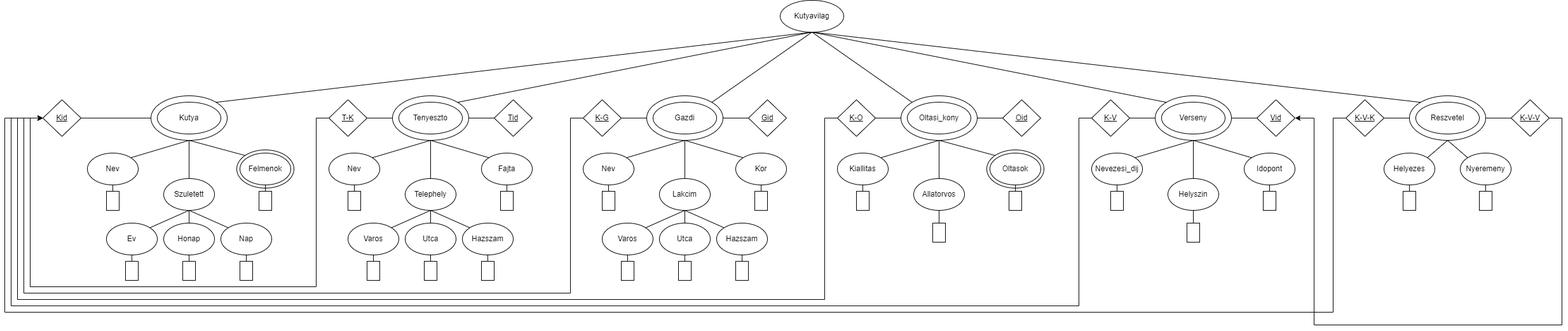
Earlier version of the draw.io export XMLTaskI40FDC/XDMi40fdc.png (NyBeata/I40FDC_XMLGyak). Source tidied: cells renumbered, new cells last; positions are measured from the earlier drawing's top-left corner, leaving out a move shared by most shapes.
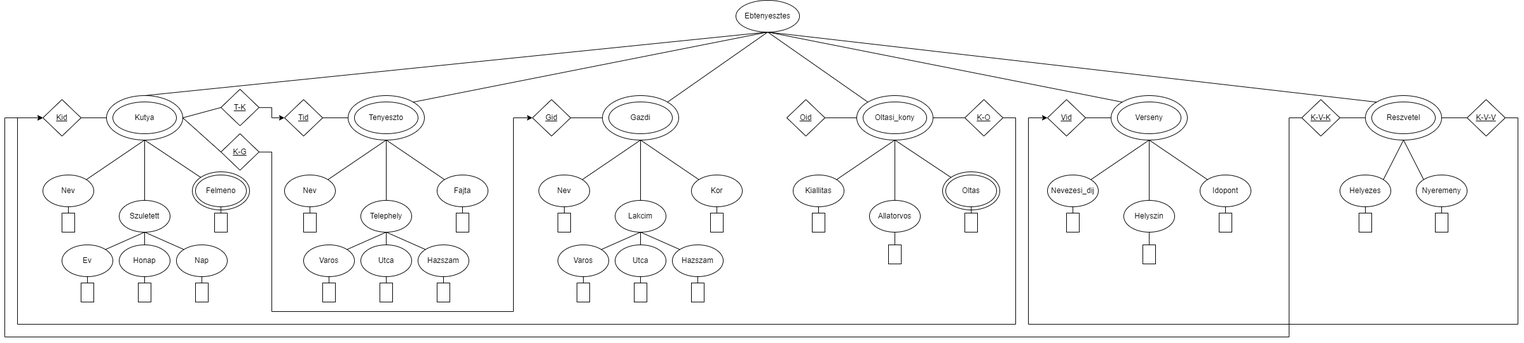
The same diagram one commit later.

The edit, as a diff of the source:
```diff
@@ -11,64 +11,47 @@
     <mxCell id="4" style="ellipse;whiteSpace=wrap;html=1;" parent="1" vertex="1">
-      <mxGeometry x="2210" y="150" width="120" height="70" as="geometry" />
+      <mxGeometry x="2210" y="115" width="120" height="70" as="geometry" />
     </mxCell>
     <mxCell id="5" style="ellipse;whiteSpace=wrap;html=1;" parent="1" vertex="1">
-      <mxGeometry x="1810" y="150" width="120" height="70" as="geometry" />
+      <mxGeometry x="1810" y="115" width="120" height="70" as="geometry" />
     </mxCell>
     <mxCell id="6" style="ellipse;whiteSpace=wrap;html=1;" parent="1" vertex="1">
-      <mxGeometry x="1410" y="150" width="120" height="70" as="geometry" />
+      <mxGeometry x="1410" y="115" width="120" height="70" as="geometry" />
     </mxCell>
     <mxCell id="7" style="ellipse;whiteSpace=wrap;html=1;" parent="1" vertex="1">
-      <mxGeometry x="1010" y="150" width="120" height="70" as="geometry" />
+      <mxGeometry x="1010" y="115" width="120" height="70" as="geometry" />
     </mxCell>
     <mxCell id="8" style="ellipse;whiteSpace=wrap;html=1;" parent="1" vertex="1">
-      <mxGeometry x="610" y="150" width="120" height="70" as="geometry" />
+      <mxGeometry x="610" y="115" width="120" height="70" as="geometry" />
     </mxCell>
     <mxCell id="9" style="ellipse;whiteSpace=wrap;html=1;" parent="1" vertex="1">
-      <mxGeometry x="230" y="150" width="120" height="70" as="geometry" />
+      <mxGeometry x="230" y="115" width="120" height="70" as="geometry" />
     </mxCell>
-    <mxCell id="10" value="Kutyavilag" style="ellipse;whiteSpace=wrap;html=1;" parent="1" vertex="1">
-      <mxGeometry x="1220" width="100" height="50" as="geometry" />
+    <mxCell id="10" value="Ebtenyesztes" style="ellipse;whiteSpace=wrap;html=1;" parent="1" vertex="1">
+      <mxGeometry x="1220" y="-35" width="100" height="50" as="geometry" />
     </mxCell>
     <mxCell id="11" value="Kutya" style="ellipse;whiteSpace=wrap;html=1;" parent="1" vertex="1">
-      <mxGeometry x="240" y="160" width="100" height="50" as="geometry" />
+      <mxGeometry x="240" y="125" width="100" height="50" as="geometry" />
     </mxCell>
     <mxCell id="12" value="Tenyeszto" style="ellipse;whiteSpace=wrap;html=1;" parent="1" vertex="1">
-      <mxGeometry x="620" y="160" width="100" height="50" as="geometry" />
+      <mxGeometry x="620" y="125" width="100" height="50" as="geometry" />
     </mxCell>
-    <mxCell id="13" value="Gazdi" style="ellipse;whiteSpace=wrap;html=1;" parent="1" vertex="1">
-      <mxGeometry x="1020" y="160" width="100" height="50" as="geometry" />
-    </mxCell>
     <mxCell id="14" value="Oltasi_kony" style="ellipse;whiteSpace=wrap;html=1;" parent="1" vertex="1">
-      <mxGeometry x="1420" y="160" width="100" height="50" as="geometry" />
+      <mxGeometry x="1420" y="125" width="100" height="50" as="geometry" />
     </mxCell>
     <mxCell id="15" value="Verseny" style="ellipse;whiteSpace=wrap;html=1;" parent="1" vertex="1">
-      <mxGeometry x="1820" y="160" width="100" height="50" as="geometry" />
+      <mxGeometry x="1820" y="125" width="100" height="50" as="geometry" />
     </mxCell>
     <mxCell id="16" value="Reszvetel" style="ellipse;whiteSpace=wrap;html=1;" parent="1" vertex="1">
-      <mxGeometry x="2220" y="160" width="100" height="50" as="geometry" />
+      <mxGeometry x="2220" y="125" width="100" height="50" as="geometry" />
     </mxCell>
     <mxCell id="17" value="Kid" style="rhombus;whiteSpace=wrap;html=1;fontStyle=4;" parent="1" vertex="1">
-      <mxGeometry x="60" y="156.2" width="60" height="57.5" as="geometry" />
+      <mxGeometry x="130" y="121.2" width="60" height="57.5" as="geometry" />
     </mxCell>
-    <mxCell id="18" style="edgeStyle=orthogonalEdgeStyle;rounded=0;jettySize=auto;html=1;entryX=0;entryY=0.5;entryDx=0;entryDy=0;" parent="1" edge="1" source="19" target="17">
-      <mxGeometry relative="1" as="geometry">
-        <Array as="points">
-          <mxPoint x="490" y="185" />
-          <mxPoint x="490" y="450" />
-          <mxPoint x="40" y="450" />
-          <mxPoint x="40" y="185" />
-        </Array>
-      </mxGeometry>
-    </mxCell>
-    <mxCell id="19" value="T-K" style="rhombus;whiteSpace=wrap;html=1;fontStyle=4;" parent="1" vertex="1">
-      <mxGeometry x="510" y="156.2" width="60" height="57.5" as="geometry" />
-    </mxCell>
     <mxCell id="20" value="Tid" style="rhombus;whiteSpace=wrap;html=1;fontStyle=4;" parent="1" vertex="1">
-      <mxGeometry x="770" y="156.2" width="60" height="57.5" as="geometry" />
+      <mxGeometry x="510" y="121.2" width="60" height="57.5" as="geometry" />
     </mxCell>
-    <mxCell id="21" style="endArrow=none;html=1;rounded=0;entryX=0;entryY=0.5;entryDx=0;entryDy=0;exitX=1;exitY=0.5;exitDx=0;exitDy=0;" parent="1" edge="1" source="8" target="20">
-      <mxGeometry relative="1" as="geometry" />
-    </mxCell>
-    <mxCell id="22" style="endArrow=none;html=1;rounded=0;entryX=0;entryY=0.5;entryDx=0;entryDy=0;exitX=1;exitY=0.5;exitDx=0;exitDy=0;" parent="1" edge="1" source="19" target="8">
-      <mxGeometry relative="1" as="geometry" />
+    <mxCell id="22" style="endArrow=none;html=1;rounded=0;entryX=0;entryY=0.5;entryDx=0;entryDy=0;exitX=1;exitY=0.5;exitDx=0;exitDy=0;" parent="1" edge="1" target="8">
+      <mxGeometry relative="1" as="geometry">
+        <mxPoint x="570" y="150" as="sourcePoint" />
+      </mxGeometry>
     </mxCell>
@@ -77,28 +60,18 @@
     </mxCell>
-    <mxCell id="24" style="edgeStyle=orthogonalEdgeStyle;rounded=0;jettySize=auto;html=1;entryX=0;entryY=0.5;entryDx=0;entryDy=0;" parent="1" edge="1" source="25" target="17">
-      <mxGeometry relative="1" as="geometry">
-        <Array as="points">
-          <mxPoint x="890" y="185" />
-          <mxPoint x="890" y="460" />
-          <mxPoint x="30" y="460" />
-          <mxPoint x="30" y="185" />
-        </Array>
-      </mxGeometry>
-    </mxCell>
+    <mxCell id="149" style="edgeStyle=orthogonalEdgeStyle;rounded=0;jettySize=auto;html=1;entryX=0;entryY=0.5;entryDx=0;entryDy=0;" parent="1" edge="1" source="25" target="26">
+      <mxGeometry relative="1" as="geometry">
+        <Array as="points">
+          <mxPoint x="490" y="204" />
+          <mxPoint x="490" y="455" />
+          <mxPoint x="870" y="455" />
+          <mxPoint x="870" y="150" />
+        </Array>
+      </mxGeometry>
+    </mxCell>
     <mxCell id="25" value="K-G" style="rhombus;whiteSpace=wrap;html=1;fontStyle=4;" parent="1" vertex="1">
-      <mxGeometry x="910" y="156.2" width="60" height="57.5" as="geometry" />
+      <mxGeometry x="410" y="175" width="60" height="57.5" as="geometry" />
     </mxCell>
     <mxCell id="26" value="Gid" style="rhombus;whiteSpace=wrap;html=1;fontStyle=4;" parent="1" vertex="1">
-      <mxGeometry x="1170" y="156.2" width="60" height="57.5" as="geometry" />
+      <mxGeometry x="900" y="121.2" width="60" height="57.5" as="geometry" />
     </mxCell>
-    <mxCell id="27" style="endArrow=none;html=1;rounded=0;entryX=0;entryY=0.5;entryDx=0;entryDy=0;exitX=1;exitY=0.5;exitDx=0;exitDy=0;" parent="1" edge="1" target="26">
-      <mxGeometry relative="1" as="geometry">
-        <mxPoint x="1130" y="185" as="sourcePoint" />
-      </mxGeometry>
-    </mxCell>
-    <mxCell id="28" style="endArrow=none;html=1;rounded=0;entryX=0;entryY=0.5;entryDx=0;entryDy=0;exitX=1;exitY=0.5;exitDx=0;exitDy=0;" parent="1" edge="1" source="25">
-      <mxGeometry relative="1" as="geometry">
-        <mxPoint x="1010" y="185" as="targetPoint" />
-      </mxGeometry>
-    </mxCell>
     <mxCell id="29" style="edgeStyle=orthogonalEdgeStyle;rounded=0;jettySize=auto;html=1;entryX=0;entryY=0.5;entryDx=0;entryDy=0;" parent="1" edge="1" source="30" target="17">
@@ -106,6 +79,6 @@
         <Array as="points">
-          <mxPoint x="1290" y="185" />
-          <mxPoint x="1290" y="470" />
-          <mxPoint x="20" y="470" />
-          <mxPoint x="20" y="185" />
+          <mxPoint x="1660" y="150" />
+          <mxPoint x="1660" y="475" />
+          <mxPoint x="90" y="475" />
+          <mxPoint x="90" y="150" />
         </Array>
@@ -114,43 +87,16 @@
     <mxCell id="30" value="K-O" style="rhombus;whiteSpace=wrap;html=1;fontStyle=4;" parent="1" vertex="1">
-      <mxGeometry x="1310" y="156.2" width="60" height="57.5" as="geometry" />
+      <mxGeometry x="1580" y="121.2" width="60" height="57.5" as="geometry" />
     </mxCell>
     <mxCell id="31" value="Oid" style="rhombus;whiteSpace=wrap;html=1;fontStyle=4;" parent="1" vertex="1">
-      <mxGeometry x="1570" y="156.2" width="60" height="57.5" as="geometry" />
+      <mxGeometry x="1300" y="121.2" width="60" height="57.5" as="geometry" />
     </mxCell>
-    <mxCell id="32" style="endArrow=none;html=1;rounded=0;entryX=0;entryY=0.5;entryDx=0;entryDy=0;exitX=1;exitY=0.5;exitDx=0;exitDy=0;" parent="1" edge="1" target="31">
-      <mxGeometry relative="1" as="geometry">
-        <mxPoint x="1530" y="185" as="sourcePoint" />
-      </mxGeometry>
+    <mxCell id="32" style="endArrow=none;html=1;rounded=0;exitX=0;exitY=0.5;exitDx=0;exitDy=0;entryX=1;entryY=0.5;entryDx=0;entryDy=0;" parent="1" edge="1" source="6" target="31">
+      <mxGeometry relative="1" as="geometry" />
     </mxCell>
-    <mxCell id="33" style="endArrow=none;html=1;rounded=0;entryX=0;entryY=0.5;entryDx=0;entryDy=0;exitX=1;exitY=0.5;exitDx=0;exitDy=0;" parent="1" edge="1" source="30">
-      <mxGeometry relative="1" as="geometry">
-        <mxPoint x="1410" y="185" as="targetPoint" />
-      </mxGeometry>
-    </mxCell>
-    <mxCell id="34" style="edgeStyle=orthogonalEdgeStyle;rounded=0;jettySize=auto;html=1;entryX=0;entryY=0.5;entryDx=0;entryDy=0;" parent="1" edge="1" source="35" target="17">
-      <mxGeometry relative="1" as="geometry">
-        <Array as="points">
-          <mxPoint x="1690" y="185" />
-          <mxPoint x="1690" y="480" />
-          <mxPoint x="10" y="480" />
-          <mxPoint x="10" y="185" />
-        </Array>
-      </mxGeometry>
-    </mxCell>
-    <mxCell id="35" value="K-V" style="rhombus;whiteSpace=wrap;html=1;fontStyle=4;" parent="1" vertex="1">
-      <mxGeometry x="1710" y="156.2" width="60" height="57.5" as="geometry" />
-    </mxCell>
     <mxCell id="36" value="Vid" style="rhombus;whiteSpace=wrap;html=1;fontStyle=4;" parent="1" vertex="1">
-      <mxGeometry x="1970" y="156.2" width="60" height="57.5" as="geometry" />
+      <mxGeometry x="1710" y="121.2" width="60" height="57.5" as="geometry" />
     </mxCell>
-    <mxCell id="37" style="endArrow=none;html=1;rounded=0;entryX=0;entryY=0.5;entryDx=0;entryDy=0;exitX=1;exitY=0.5;exitDx=0;exitDy=0;" parent="1" edge="1" target="36">
-      <mxGeometry relative="1" as="geometry">
-        <mxPoint x="1930" y="185" as="sourcePoint" />
-      </mxGeometry>
+    <mxCell id="37" style="endArrow=none;html=1;rounded=0;entryX=1;entryY=0.5;entryDx=0;entryDy=0;exitX=0;exitY=0.5;exitDx=0;exitDy=0;" parent="1" edge="1" source="5" target="36">
+      <mxGeometry relative="1" as="geometry" />
     </mxCell>
-    <mxCell id="38" style="endArrow=none;html=1;rounded=0;entryX=0;entryY=0.5;entryDx=0;entryDy=0;exitX=1;exitY=0.5;exitDx=0;exitDy=0;" parent="1" edge="1" source="35">
-      <mxGeometry relative="1" as="geometry">
-        <mxPoint x="1810" y="185" as="targetPoint" />
-      </mxGeometry>
-    </mxCell>
     <mxCell id="39" style="edgeStyle=orthogonalEdgeStyle;rounded=0;jettySize=auto;html=1;entryX=0;entryY=0.5;entryDx=0;entryDy=0;" parent="1" edge="1" source="40" target="17">
@@ -158,6 +104,6 @@
         <Array as="points">
-          <mxPoint x="2090" y="185" />
-          <mxPoint x="2090" y="490" />
-          <mxPoint y="490" />
-          <mxPoint y="185" />
+          <mxPoint x="2090" y="150" />
+          <mxPoint x="2090" y="495" />
+          <mxPoint x="70" y="495" />
+          <mxPoint x="70" y="150" />
         </Array>
@@ -166,11 +112,12 @@
     <mxCell id="40" value="K-V-K" style="rhombus;whiteSpace=wrap;html=1;fontStyle=4;" parent="1" vertex="1">
-      <mxGeometry x="2110" y="156.2" width="60" height="57.5" as="geometry" />
+      <mxGeometry x="2110" y="121.2" width="60" height="57.5" as="geometry" />
     </mxCell>
-    <mxCell id="41" style="edgeStyle=orthogonalEdgeStyle;rounded=0;jettySize=auto;html=1;entryX=1;entryY=0.5;entryDx=0;entryDy=0;" parent="1" edge="1" source="42" target="36">
+    <mxCell id="41" style="edgeStyle=orthogonalEdgeStyle;rounded=0;jettySize=auto;html=1;" parent="1" edge="1" source="42">
       <mxGeometry relative="1" as="geometry">
+        <mxPoint x="1710" y="150" as="targetPoint" />
         <Array as="points">
-          <mxPoint x="2450" y="185" />
-          <mxPoint x="2450" y="510" />
-          <mxPoint x="2060" y="510" />
-          <mxPoint x="2060" y="185" />
+          <mxPoint x="2450" y="150" />
+          <mxPoint x="2450" y="475" />
+          <mxPoint x="1680" y="475" />
+          <mxPoint x="1680" y="150" />
         </Array>
@@ -179,3 +126,3 @@
     <mxCell id="42" value="K-V-V" style="rhombus;whiteSpace=wrap;html=1;fontStyle=4;" parent="1" vertex="1">
-      <mxGeometry x="2370" y="156.2" width="60" height="57.5" as="geometry" />
+      <mxGeometry x="2370" y="121.2" width="60" height="57.5" as="geometry" />
     </mxCell>
@@ -183,3 +130,3 @@
       <mxGeometry relative="1" as="geometry">
-        <mxPoint x="2330" y="185" as="sourcePoint" />
+        <mxPoint x="2330" y="150" as="sourcePoint" />
       </mxGeometry>
@@ -188,6 +135,6 @@
       <mxGeometry relative="1" as="geometry">
-        <mxPoint x="2210" y="185" as="targetPoint" />
+        <mxPoint x="2210" y="150" as="targetPoint" />
       </mxGeometry>
     </mxCell>
-    <mxCell id="45" style="endArrow=none;html=1;rounded=0;entryX=0.5;entryY=1;entryDx=0;entryDy=0;exitX=1;exitY=0;exitDx=0;exitDy=0;" parent="1" edge="1" source="9" target="10">
+    <mxCell id="45" style="endArrow=none;html=1;rounded=0;entryX=0.5;entryY=1;entryDx=0;entryDy=0;exitX=0.5;exitY=0;exitDx=0;exitDy=0;" parent="1" edge="1" source="9" target="10">
       <mxGeometry relative="1" as="geometry" />
@@ -199,3 +146,3 @@
       <mxGeometry relative="1" as="geometry">
-        <mxPoint x="1270" y="50" as="targetPoint" />
+        <mxPoint x="1270" y="15" as="targetPoint" />
       </mxGeometry>
@@ -204,3 +151,3 @@
       <mxGeometry relative="1" as="geometry">
-        <mxPoint x="1270" y="50" as="targetPoint" />
+        <mxPoint x="1270" y="15" as="targetPoint" />
       </mxGeometry>
@@ -209,3 +156,3 @@
       <mxGeometry relative="1" as="geometry">
-        <mxPoint x="1270" y="50" as="targetPoint" />
+        <mxPoint x="1270" y="15" as="targetPoint" />
       </mxGeometry>
@@ -214,3 +161,3 @@
       <mxGeometry relative="1" as="geometry">
-        <mxPoint x="1270" y="50" as="targetPoint" />
+        <mxPoint x="1270" y="15" as="targetPoint" />
       </mxGeometry>
@@ -220,3 +167,3 @@
     </mxCell>
-    <mxCell id="52" value="Felmenok" style="ellipse;whiteSpace=wrap;html=1;" parent="1" vertex="1">
+    <mxCell id="52" value="Felmeno" style="ellipse;whiteSpace=wrap;html=1;" parent="1" vertex="1">
       <mxGeometry x="370" y="240" width="80" height="50" as="geometry" />
@@ -243,3 +190,3 @@
       <mxGeometry relative="1" as="geometry">
-        <mxPoint x="290" y="220" as="targetPoint" />
+        <mxPoint x="290" y="185" as="targetPoint" />
       </mxGeometry>
@@ -309,3 +256,3 @@
       <mxGeometry relative="1" as="geometry">
-        <mxPoint x="670" y="220" as="targetPoint" />
+        <mxPoint x="670" y="185" as="targetPoint" />
       </mxGeometry>
@@ -314,3 +261,3 @@
       <mxGeometry relative="1" as="geometry">
-        <mxPoint x="670" y="220" as="targetPoint" />
+        <mxPoint x="670" y="185" as="targetPoint" />
       </mxGeometry>
@@ -319,3 +266,3 @@
       <mxGeometry relative="1" as="geometry">
-        <mxPoint x="670" y="220" as="targetPoint" />
+        <mxPoint x="670" y="185" as="targetPoint" />
       </mxGeometry>
@@ -383,3 +330,3 @@
       <mxGeometry relative="1" as="geometry">
-        <mxPoint x="1070" y="220" as="targetPoint" />
+        <mxPoint x="1070" y="185" as="targetPoint" />
       </mxGeometry>
@@ -388,3 +335,3 @@
       <mxGeometry relative="1" as="geometry">
-        <mxPoint x="1070" y="220" as="targetPoint" />
+        <mxPoint x="1070" y="185" as="targetPoint" />
       </mxGeometry>
@@ -393,3 +340,3 @@
       <mxGeometry relative="1" as="geometry">
-        <mxPoint x="1070" y="220" as="targetPoint" />
+        <mxPoint x="1070" y="185" as="targetPoint" />
       </mxGeometry>
@@ -440,3 +387,3 @@
     </mxCell>
-    <mxCell id="118" value="Oltasok" style="ellipse;whiteSpace=wrap;html=1;" parent="1" vertex="1">
+    <mxCell id="118" value="Oltas" style="ellipse;whiteSpace=wrap;html=1;" parent="1" vertex="1">
       <mxGeometry x="1550" y="240" width="80" height="50" as="geometry" />
@@ -448,3 +395,3 @@
       <mxGeometry relative="1" as="geometry">
-        <mxPoint x="1470" y="220" as="targetPoint" />
+        <mxPoint x="1470" y="185" as="targetPoint" />
       </mxGeometry>
@@ -453,3 +400,3 @@
       <mxGeometry relative="1" as="geometry">
-        <mxPoint x="1470" y="220" as="targetPoint" />
+        <mxPoint x="1470" y="185" as="targetPoint" />
       </mxGeometry>
@@ -458,3 +405,3 @@
       <mxGeometry relative="1" as="geometry">
-        <mxPoint x="1470" y="220" as="targetPoint" />
+        <mxPoint x="1470" y="185" as="targetPoint" />
       </mxGeometry>
@@ -492,3 +439,3 @@
       <mxGeometry relative="1" as="geometry">
-        <mxPoint x="1870" y="220" as="targetPoint" />
+        <mxPoint x="1870" y="185" as="targetPoint" />
       </mxGeometry>
@@ -497,3 +444,3 @@
       <mxGeometry relative="1" as="geometry">
-        <mxPoint x="1870" y="220" as="targetPoint" />
+        <mxPoint x="1870" y="185" as="targetPoint" />
       </mxGeometry>
@@ -502,3 +449,3 @@
       <mxGeometry relative="1" as="geometry">
-        <mxPoint x="1870" y="220" as="targetPoint" />
+        <mxPoint x="1870" y="185" as="targetPoint" />
       </mxGeometry>
@@ -525,3 +472,3 @@
       <mxGeometry relative="1" as="geometry">
-        <mxPoint x="2270" y="220" as="targetPoint" />
+        <mxPoint x="2270" y="185" as="targetPoint" />
       </mxGeometry>
@@ -530,3 +477,3 @@
       <mxGeometry relative="1" as="geometry">
-        <mxPoint x="2270" y="220" as="targetPoint" />
+        <mxPoint x="2270" y="185" as="targetPoint" />
       </mxGeometry>
@@ -554,2 +501,25 @@
     </mxCell>
+    <mxCell id="150" style="edgeStyle=orthogonalEdgeStyle;rounded=0;jettySize=auto;html=1;entryX=0;entryY=0.5;entryDx=0;entryDy=0;" parent="1" edge="1" source="19" target="20">
+      <mxGeometry relative="1" as="geometry" />
+    </mxCell>
+    <mxCell id="19" value="T-K" style="rhombus;whiteSpace=wrap;html=1;fontStyle=4;" parent="1" vertex="1">
+      <mxGeometry x="410" y="105" width="60" height="57.5" as="geometry" />
+    </mxCell>
+    <mxCell id="151" style="endArrow=none;html=1;rounded=0;entryX=0;entryY=0.5;entryDx=0;entryDy=0;exitX=1;exitY=0.5;exitDx=0;exitDy=0;" parent="1" edge="1" target="19">
+      <mxGeometry relative="1" as="geometry">
+        <mxPoint x="350" y="150" as="sourcePoint" />
+      </mxGeometry>
+    </mxCell>
+    <mxCell id="152" style="endArrow=none;html=1;rounded=0;entryX=0;entryY=0.5;entryDx=0;entryDy=0;exitX=1;exitY=0.5;exitDx=0;exitDy=0;" parent="1" edge="1" source="26" target="7">
+      <mxGeometry relative="1" as="geometry" />
+    </mxCell>
+    <mxCell id="13" value="Gazdi" style="ellipse;whiteSpace=wrap;html=1;" parent="1" vertex="1">
+      <mxGeometry x="1020" y="125" width="100" height="50" as="geometry" />
+    </mxCell>
+    <mxCell id="153" style="endArrow=none;html=1;rounded=0;entryX=1;entryY=0.5;entryDx=0;entryDy=0;exitX=0;exitY=0.5;exitDx=0;exitDy=0;" parent="1" edge="1" source="25" target="9">
+      <mxGeometry relative="1" as="geometry" />
+    </mxCell>
+    <mxCell id="154" style="endArrow=none;html=1;rounded=0;exitX=0;exitY=0.5;exitDx=0;exitDy=0;entryX=1;entryY=0.5;entryDx=0;entryDy=0;" parent="1" edge="1" source="30" target="6">
+      <mxGeometry relative="1" as="geometry" />
+    </mxCell>
   </root>
```
